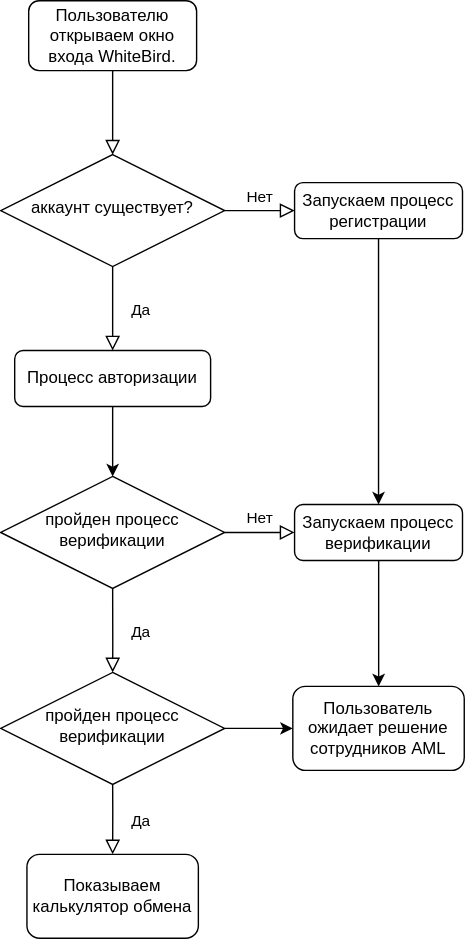
Above: sdk/UserFlow.drawio.svg in whitebird-roman-gruzd/whitebird-en-docs (draw.io), before the change. Source tidied: cells renumbered, new cells last; positions are measured from the earlier drawing's top-left corner, leaving out a move shared by most shapes. Source of this version:
```xml
<mxGraphModel>
  <root>
    <mxCell id="0" />
    <mxCell id="1" parent="0" />
    <mxCell id="2" style="rounded=0;html=1;jettySize=auto;fontSize=11;endArrow=block;endFill=0;endSize=8;strokeWidth=1;shadow=0;labelBackgroundColor=none;edgeStyle=orthogonalEdgeStyle;" parent="1" edge="1" source="3" target="6">
      <mxGeometry relative="1" as="geometry" />
    </mxCell>
    <mxCell id="3" value="Пользователю открываем окно входа WhiteBird." style="rounded=1;whiteSpace=wrap;html=1;fontSize=12;glass=0;strokeWidth=1;shadow=0;" parent="1" vertex="1">
      <mxGeometry x="20" width="120" height="50" as="geometry" />
    </mxCell>
    <mxCell id="4" value="Да" style="rounded=0;html=1;jettySize=auto;fontSize=11;endArrow=block;endFill=0;endSize=8;strokeWidth=1;shadow=0;labelBackgroundColor=none;edgeStyle=orthogonalEdgeStyle;entryX=0.5;entryY=0;entryDx=0;entryDy=0;" parent="1" edge="1" source="6" target="20">
      <mxGeometry y="20" relative="1" as="geometry" />
    </mxCell>
    <mxCell id="5" value="Нет" style="edgeStyle=orthogonalEdgeStyle;rounded=0;html=1;jettySize=auto;fontSize=11;endArrow=block;endFill=0;endSize=8;strokeWidth=1;shadow=0;labelBackgroundColor=none;" parent="1" edge="1" source="6" target="8">
      <mxGeometry y="10" relative="1" as="geometry" />
    </mxCell>
    <mxCell id="6" value="аккаунт существует?" style="rhombus;whiteSpace=wrap;html=1;shadow=0;fontFamily=Helvetica;fontSize=12;align=center;strokeWidth=1;spacing=6;spacingTop=-4;" parent="1" vertex="1">
      <mxGeometry y="110" width="160" height="80" as="geometry" />
    </mxCell>
    <mxCell id="7" style="edgeStyle=orthogonalEdgeStyle;rounded=0;jettySize=auto;html=1;entryX=0.5;entryY=0;entryDx=0;entryDy=0;" parent="1" edge="1" source="8" target="14">
      <mxGeometry relative="1" as="geometry" />
    </mxCell>
    <mxCell id="8" value="Запускаем процесс регистрации" style="rounded=1;whiteSpace=wrap;html=1;fontSize=12;glass=0;strokeWidth=1;shadow=0;" parent="1" vertex="1">
      <mxGeometry x="210" y="130" width="120" height="40" as="geometry" />
    </mxCell>
    <mxCell id="9" value="пройден процесс верификации" style="rhombus;whiteSpace=wrap;html=1;shadow=0;fontFamily=Helvetica;fontSize=12;align=center;strokeWidth=1;spacing=6;spacingTop=-4;" parent="1" vertex="1">
      <mxGeometry y="340" width="160" height="80" as="geometry" />
    </mxCell>
    <mxCell id="10" style="edgeStyle=orthogonalEdgeStyle;rounded=0;jettySize=auto;html=1;" parent="1" edge="1" source="11" target="16">
      <mxGeometry relative="1" as="geometry" />
    </mxCell>
    <mxCell id="11" value="пройден процесс верификации" style="rhombus;whiteSpace=wrap;html=1;shadow=0;fontFamily=Helvetica;fontSize=12;align=center;strokeWidth=1;spacing=6;spacingTop=-4;" parent="1" vertex="1">
      <mxGeometry y="480" width="160" height="80" as="geometry" />
    </mxCell>
    <mxCell id="12" value="Да" style="rounded=0;html=1;jettySize=auto;fontSize=11;endArrow=block;endFill=0;endSize=8;strokeWidth=1;shadow=0;labelBackgroundColor=none;edgeStyle=orthogonalEdgeStyle;entryX=0.5;entryY=0;entryDx=0;entryDy=0;exitX=0.5;exitY=1;exitDx=0;exitDy=0;" parent="1" edge="1" source="9" target="11">
      <mxGeometry y="20" relative="1" as="geometry">
        <Array as="points">
          <mxPoint x="80" y="460" />
          <mxPoint x="80" y="460" />
        </Array>
      </mxGeometry>
    </mxCell>
    <mxCell id="13" style="edgeStyle=orthogonalEdgeStyle;rounded=0;jettySize=auto;html=1;" parent="1" edge="1" source="14" target="16">
      <mxGeometry relative="1" as="geometry" />
    </mxCell>
    <mxCell id="14" value="Запускаем процесс верификации" style="rounded=1;whiteSpace=wrap;html=1;fontSize=12;glass=0;strokeWidth=1;shadow=0;" parent="1" vertex="1">
      <mxGeometry x="210" y="360" width="120" height="40" as="geometry" />
    </mxCell>
    <mxCell id="15" value="Нет" style="edgeStyle=orthogonalEdgeStyle;rounded=0;html=1;jettySize=auto;fontSize=11;endArrow=block;endFill=0;endSize=8;strokeWidth=1;shadow=0;labelBackgroundColor=none;exitX=1;exitY=0.5;exitDx=0;exitDy=0;entryX=0;entryY=0.5;entryDx=0;entryDy=0;" parent="1" edge="1" source="9" target="14">
      <mxGeometry y="10" relative="1" as="geometry" />
    </mxCell>
    <mxCell id="16" value="Пользователь ожидает решение сотрудников AML" style="rounded=1;whiteSpace=wrap;html=1;fontSize=12;glass=0;strokeWidth=1;shadow=0;" parent="1" vertex="1">
      <mxGeometry x="208.8" y="490" width="122.5" height="60" as="geometry" />
    </mxCell>
    <mxCell id="17" value="Показываем калькулятор обмена" style="rounded=1;whiteSpace=wrap;html=1;fontSize=12;glass=0;strokeWidth=1;shadow=0;" parent="1" vertex="1">
      <mxGeometry x="18.8" y="610" width="122.5" height="60" as="geometry" />
    </mxCell>
    <mxCell id="18" value="Да" style="rounded=0;html=1;jettySize=auto;fontSize=11;endArrow=block;endFill=0;endSize=8;strokeWidth=1;shadow=0;labelBackgroundColor=none;edgeStyle=orthogonalEdgeStyle;entryX=0.5;entryY=0;entryDx=0;entryDy=0;exitX=0.5;exitY=1;exitDx=0;exitDy=0;" parent="1" edge="1" source="11" target="17">
      <mxGeometry y="20" relative="1" as="geometry">
        <Array as="points">
          <mxPoint x="80" y="580" />
          <mxPoint x="80" y="580" />
        </Array>
      </mxGeometry>
    </mxCell>
    <mxCell id="19" style="edgeStyle=orthogonalEdgeStyle;rounded=0;jettySize=auto;html=1;" parent="1" edge="1" source="20" target="9">
      <mxGeometry relative="1" as="geometry" />
    </mxCell>
    <mxCell id="20" value="Процесс авторизации" style="rounded=1;whiteSpace=wrap;html=1;fontSize=12;glass=0;strokeWidth=1;shadow=0;" parent="1" vertex="1">
      <mxGeometry x="10" y="250" width="140" height="40" as="geometry" />
    </mxCell>
  </root>
</mxGraphModel>
```
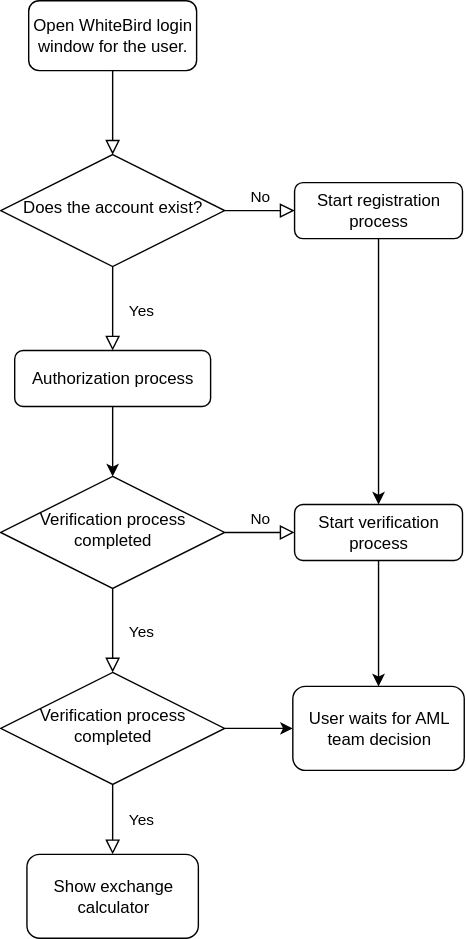
The same diagram one commit later.

Change to the diagram source:
```diff
@@ -5,34 +5,34 @@
     <mxCell id="2" style="rounded=0;html=1;jettySize=auto;fontSize=11;endArrow=block;endFill=0;endSize=8;strokeWidth=1;shadow=0;labelBackgroundColor=none;edgeStyle=orthogonalEdgeStyle;" parent="1" edge="1" source="3" target="6">
       <mxGeometry relative="1" as="geometry" />
     </mxCell>
-    <mxCell id="3" value="Пользователю открываем окно входа WhiteBird." style="rounded=1;whiteSpace=wrap;html=1;fontSize=12;glass=0;strokeWidth=1;shadow=0;" parent="1" vertex="1">
+    <mxCell id="3" value="Open WhiteBird login window for the user." style="rounded=1;whiteSpace=wrap;html=1;fontSize=12;glass=0;strokeWidth=1;shadow=0;" parent="1" vertex="1">
       <mxGeometry x="20" width="120" height="50" as="geometry" />
     </mxCell>
-    <mxCell id="4" value="Да" style="rounded=0;html=1;jettySize=auto;fontSize=11;endArrow=block;endFill=0;endSize=8;strokeWidth=1;shadow=0;labelBackgroundColor=none;edgeStyle=orthogonalEdgeStyle;entryX=0.5;entryY=0;entryDx=0;entryDy=0;" parent="1" edge="1" source="6" target="20">
+    <mxCell id="4" value="Yes" style="rounded=0;html=1;jettySize=auto;fontSize=11;endArrow=block;endFill=0;endSize=8;strokeWidth=1;shadow=0;labelBackgroundColor=none;edgeStyle=orthogonalEdgeStyle;entryX=0.5;entryY=0;entryDx=0;entryDy=0;" parent="1" edge="1" source="6" target="20">
       <mxGeometry y="20" relative="1" as="geometry" />
     </mxCell>
-    <mxCell id="5" value="Нет" style="edgeStyle=orthogonalEdgeStyle;rounded=0;html=1;jettySize=auto;fontSize=11;endArrow=block;endFill=0;endSize=8;strokeWidth=1;shadow=0;labelBackgroundColor=none;" parent="1" edge="1" source="6" target="8">
+    <mxCell id="5" value="No" style="edgeStyle=orthogonalEdgeStyle;rounded=0;html=1;jettySize=auto;fontSize=11;endArrow=block;endFill=0;endSize=8;strokeWidth=1;shadow=0;labelBackgroundColor=none;" parent="1" edge="1" source="6" target="8">
       <mxGeometry y="10" relative="1" as="geometry" />
     </mxCell>
-    <mxCell id="6" value="аккаунт существует?" style="rhombus;whiteSpace=wrap;html=1;shadow=0;fontFamily=Helvetica;fontSize=12;align=center;strokeWidth=1;spacing=6;spacingTop=-4;" parent="1" vertex="1">
+    <mxCell id="6" value="Does the account exist?" style="rhombus;whiteSpace=wrap;html=1;shadow=0;fontFamily=Helvetica;fontSize=12;align=center;strokeWidth=1;spacing=6;spacingTop=-4;" parent="1" vertex="1">
       <mxGeometry y="110" width="160" height="80" as="geometry" />
     </mxCell>
     <mxCell id="7" style="edgeStyle=orthogonalEdgeStyle;rounded=0;jettySize=auto;html=1;entryX=0.5;entryY=0;entryDx=0;entryDy=0;" parent="1" edge="1" source="8" target="14">
       <mxGeometry relative="1" as="geometry" />
     </mxCell>
-    <mxCell id="8" value="Запускаем процесс регистрации" style="rounded=1;whiteSpace=wrap;html=1;fontSize=12;glass=0;strokeWidth=1;shadow=0;" parent="1" vertex="1">
+    <mxCell id="8" value="Start registration process" style="rounded=1;whiteSpace=wrap;html=1;fontSize=12;glass=0;strokeWidth=1;shadow=0;" parent="1" vertex="1">
       <mxGeometry x="210" y="130" width="120" height="40" as="geometry" />
     </mxCell>
-    <mxCell id="9" value="пройден процесс верификации" style="rhombus;whiteSpace=wrap;html=1;shadow=0;fontFamily=Helvetica;fontSize=12;align=center;strokeWidth=1;spacing=6;spacingTop=-4;" parent="1" vertex="1">
+    <mxCell id="9" value="Verification process completed" style="rhombus;whiteSpace=wrap;html=1;shadow=0;fontFamily=Helvetica;fontSize=12;align=center;strokeWidth=1;spacing=6;spacingTop=-4;" parent="1" vertex="1">
       <mxGeometry y="340" width="160" height="80" as="geometry" />
     </mxCell>
     <mxCell id="10" style="edgeStyle=orthogonalEdgeStyle;rounded=0;jettySize=auto;html=1;" parent="1" edge="1" source="11" target="16">
       <mxGeometry relative="1" as="geometry" />
     </mxCell>
-    <mxCell id="11" value="пройден процесс верификации" style="rhombus;whiteSpace=wrap;html=1;shadow=0;fontFamily=Helvetica;fontSize=12;align=center;strokeWidth=1;spacing=6;spacingTop=-4;" parent="1" vertex="1">
+    <mxCell id="11" value="Verification process completed" style="rhombus;whiteSpace=wrap;html=1;shadow=0;fontFamily=Helvetica;fontSize=12;align=center;strokeWidth=1;spacing=6;spacingTop=-4;" parent="1" vertex="1">
       <mxGeometry y="480" width="160" height="80" as="geometry" />
     </mxCell>
-    <mxCell id="12" value="Да" style="rounded=0;html=1;jettySize=auto;fontSize=11;endArrow=block;endFill=0;endSize=8;strokeWidth=1;shadow=0;labelBackgroundColor=none;edgeStyle=orthogonalEdgeStyle;entryX=0.5;entryY=0;entryDx=0;entryDy=0;exitX=0.5;exitY=1;exitDx=0;exitDy=0;" parent="1" edge="1" source="9" target="11">
+    <mxCell id="12" value="Yes" style="rounded=0;html=1;jettySize=auto;fontSize=11;endArrow=block;endFill=0;endSize=8;strokeWidth=1;shadow=0;labelBackgroundColor=none;edgeStyle=orthogonalEdgeStyle;entryX=0.5;entryY=0;entryDx=0;entryDy=0;exitX=0.5;exitY=1;exitDx=0;exitDy=0;" parent="1" edge="1" source="9" target="11">
       <mxGeometry y="20" relative="1" as="geometry">
         <Array as="points">
           <mxPoint x="80" y="460" />
@@ -43,19 +43,19 @@
     <mxCell id="13" style="edgeStyle=orthogonalEdgeStyle;rounded=0;jettySize=auto;html=1;" parent="1" edge="1" source="14" target="16">
       <mxGeometry relative="1" as="geometry" />
     </mxCell>
-    <mxCell id="14" value="Запускаем процесс верификации" style="rounded=1;whiteSpace=wrap;html=1;fontSize=12;glass=0;strokeWidth=1;shadow=0;" parent="1" vertex="1">
+    <mxCell id="14" value="Start verification process" style="rounded=1;whiteSpace=wrap;html=1;fontSize=12;glass=0;strokeWidth=1;shadow=0;" parent="1" vertex="1">
       <mxGeometry x="210" y="360" width="120" height="40" as="geometry" />
     </mxCell>
-    <mxCell id="15" value="Нет" style="edgeStyle=orthogonalEdgeStyle;rounded=0;html=1;jettySize=auto;fontSize=11;endArrow=block;endFill=0;endSize=8;strokeWidth=1;shadow=0;labelBackgroundColor=none;exitX=1;exitY=0.5;exitDx=0;exitDy=0;entryX=0;entryY=0.5;entryDx=0;entryDy=0;" parent="1" edge="1" source="9" target="14">
+    <mxCell id="15" value="No" style="edgeStyle=orthogonalEdgeStyle;rounded=0;html=1;jettySize=auto;fontSize=11;endArrow=block;endFill=0;endSize=8;strokeWidth=1;shadow=0;labelBackgroundColor=none;exitX=1;exitY=0.5;exitDx=0;exitDy=0;entryX=0;entryY=0.5;entryDx=0;entryDy=0;" parent="1" edge="1" source="9" target="14">
       <mxGeometry y="10" relative="1" as="geometry" />
     </mxCell>
-    <mxCell id="16" value="Пользователь ожидает решение сотрудников AML" style="rounded=1;whiteSpace=wrap;html=1;fontSize=12;glass=0;strokeWidth=1;shadow=0;" parent="1" vertex="1">
+    <mxCell id="16" value="User waits for AML team decision" style="rounded=1;whiteSpace=wrap;html=1;fontSize=12;glass=0;strokeWidth=1;shadow=0;" parent="1" vertex="1">
       <mxGeometry x="208.8" y="490" width="122.5" height="60" as="geometry" />
     </mxCell>
-    <mxCell id="17" value="Показываем калькулятор обмена" style="rounded=1;whiteSpace=wrap;html=1;fontSize=12;glass=0;strokeWidth=1;shadow=0;" parent="1" vertex="1">
+    <mxCell id="17" value="Show exchange calculator" style="rounded=1;whiteSpace=wrap;html=1;fontSize=12;glass=0;strokeWidth=1;shadow=0;" parent="1" vertex="1">
       <mxGeometry x="18.8" y="610" width="122.5" height="60" as="geometry" />
     </mxCell>
-    <mxCell id="18" value="Да" style="rounded=0;html=1;jettySize=auto;fontSize=11;endArrow=block;endFill=0;endSize=8;strokeWidth=1;shadow=0;labelBackgroundColor=none;edgeStyle=orthogonalEdgeStyle;entryX=0.5;entryY=0;entryDx=0;entryDy=0;exitX=0.5;exitY=1;exitDx=0;exitDy=0;" parent="1" edge="1" source="11" target="17">
+    <mxCell id="18" value="Yes" style="rounded=0;html=1;jettySize=auto;fontSize=11;endArrow=block;endFill=0;endSize=8;strokeWidth=1;shadow=0;labelBackgroundColor=none;edgeStyle=orthogonalEdgeStyle;entryX=0.5;entryY=0;entryDx=0;entryDy=0;exitX=0.5;exitY=1;exitDx=0;exitDy=0;" parent="1" edge="1" source="11" target="17">
       <mxGeometry y="20" relative="1" as="geometry">
         <Array as="points">
           <mxPoint x="80" y="580" />
@@ -66,7 +66,7 @@
     <mxCell id="19" style="edgeStyle=orthogonalEdgeStyle;rounded=0;jettySize=auto;html=1;" parent="1" edge="1" source="20" target="9">
       <mxGeometry relative="1" as="geometry" />
     </mxCell>
-    <mxCell id="20" value="Процесс авторизации" style="rounded=1;whiteSpace=wrap;html=1;fontSize=12;glass=0;strokeWidth=1;shadow=0;" parent="1" vertex="1">
+    <mxCell id="20" value="Authorization process" style="rounded=1;whiteSpace=wrap;html=1;fontSize=12;glass=0;strokeWidth=1;shadow=0;" parent="1" vertex="1">
       <mxGeometry x="10" y="250" width="140" height="40" as="geometry" />
     </mxCell>
   </root>
```
